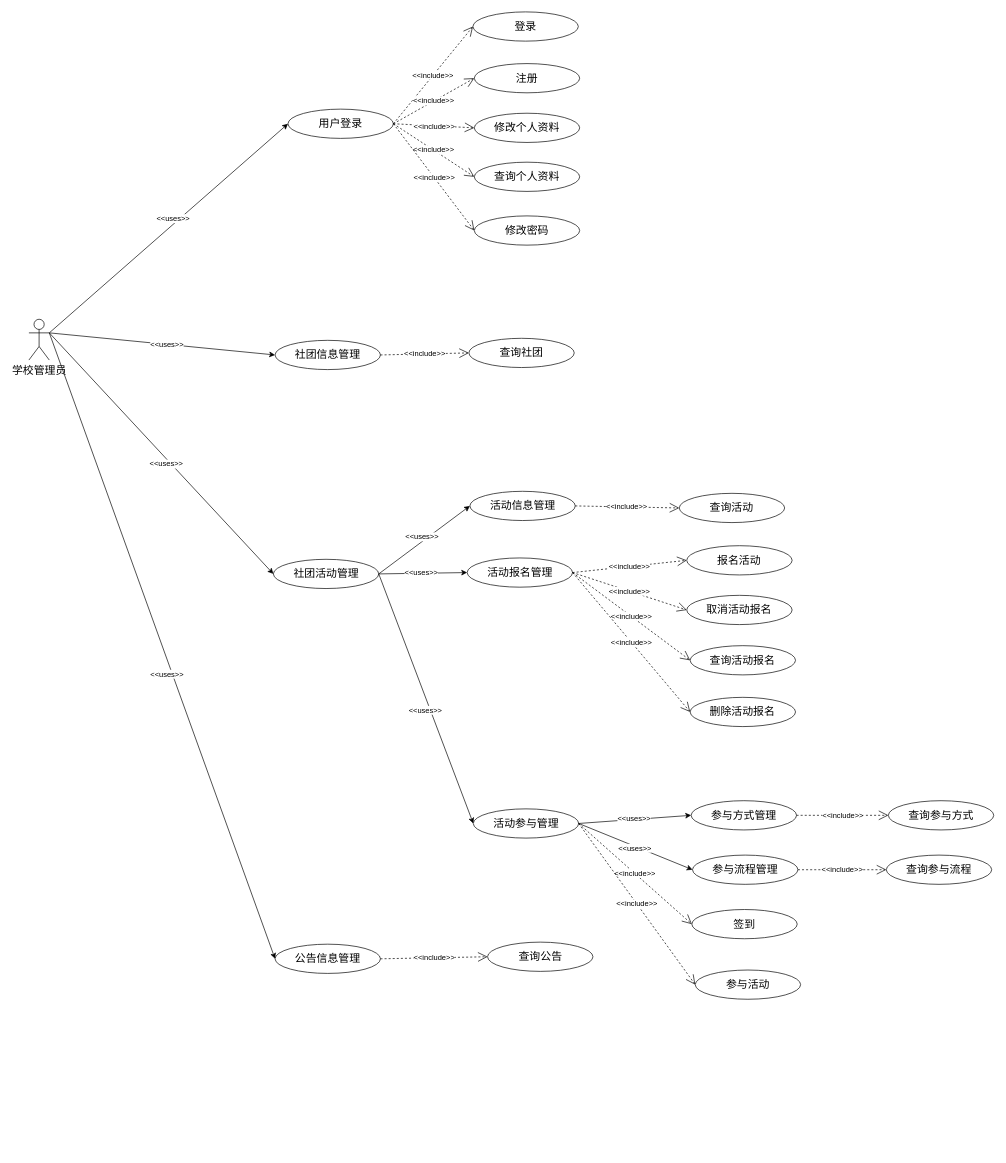
The draw.io diagram 保存.drawio in Gonod20s/Voice-Controlled-Robot, before the edit. Source tidied: cells renumbered, new cells numbered last; positions are measured from the earlier drawing's top-left corner, leaving out a move shared by most shapes. Both pictures are drawn from the tidied source at 68%, with x=0, y=0 at pixel (29, 12).
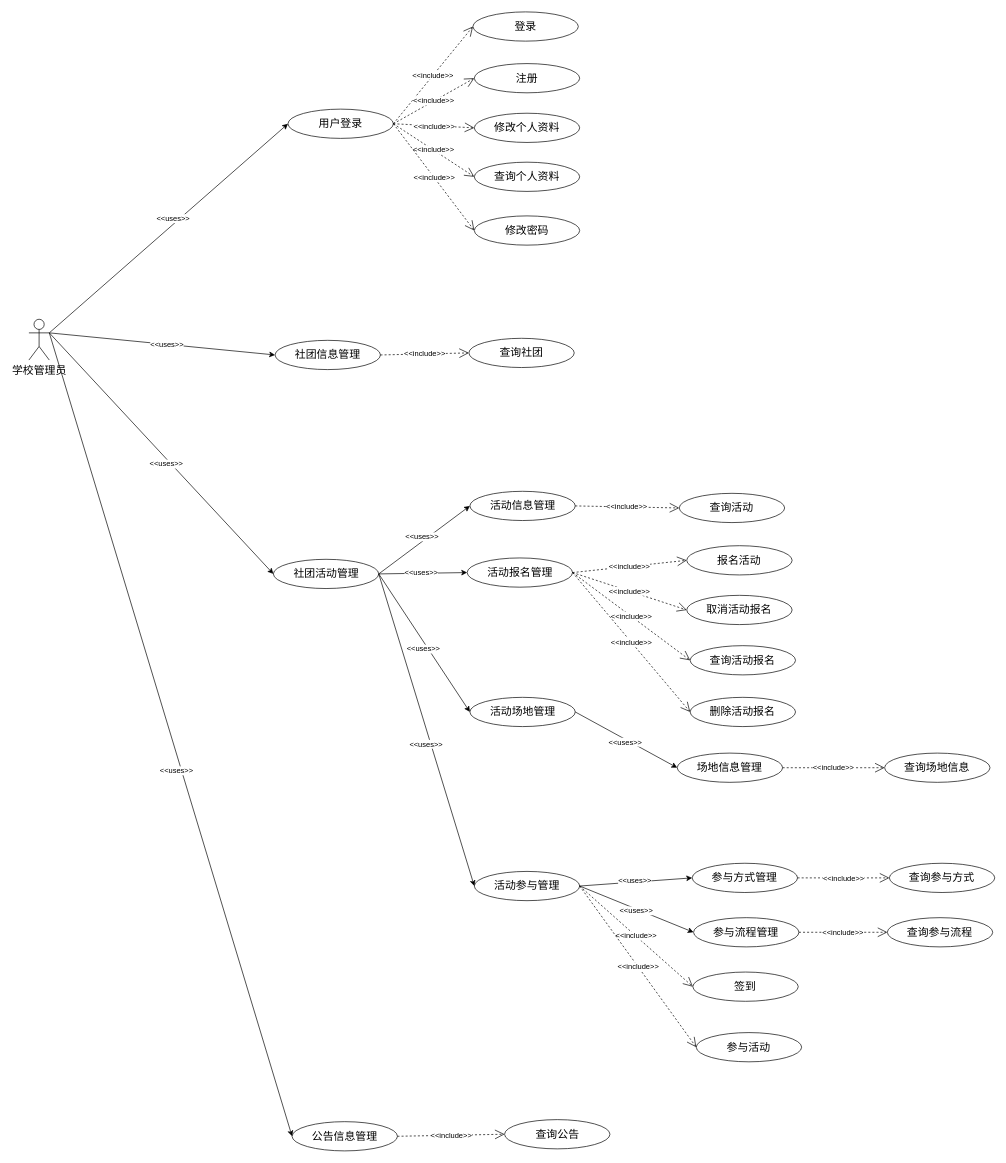
The same diagram, later.

The change refers to these unchanged cells:
```xml
<mxCell id="5" value="&lt;font style=&quot;font-size: 16px;&quot;&gt;社团活动管理&lt;/font&gt;" style="ellipse;whiteSpace=wrap;html=1;fontFamily=Architects Daughter;" parent="1" vertex="1">
  <mxGeometry x="359.5" y="805" width="155" height="43" as="geometry" />
</mxCell>
```

Change to the diagram source:
```diff
@@
     <mxCell id="6" value="&lt;font style=&quot;font-size: 16px;&quot;&gt;公告信息管理&lt;/font&gt;" style="ellipse;whiteSpace=wrap;html=1;fontFamily=Architects Daughter;" parent="1" vertex="1">
-      <mxGeometry x="362" y="1371" width="155" height="43" as="geometry" />
+      <mxGeometry x="387" y="1632" width="155" height="43" as="geometry" />
     </mxCell>
@@
     <mxCell id="26" value="&lt;font style=&quot;font-size: 16px;&quot;&gt;活动参与管理&lt;/font&gt;" style="ellipse;whiteSpace=wrap;html=1;fontFamily=Architects Daughter;" parent="1" vertex="1">
-      <mxGeometry x="653.5" y="1172" width="155" height="43" as="geometry" />
+      <mxGeometry x="655" y="1264" width="155" height="43" as="geometry" />
     </mxCell>
@@
     <mxCell id="35" value="&lt;font style=&quot;font-size: 16px;&quot;&gt;查询公告&lt;/font&gt;" style="ellipse;whiteSpace=wrap;html=1;fontFamily=Architects Daughter;" parent="1" vertex="1">
-      <mxGeometry x="674.5" y="1368" width="155" height="43" as="geometry" />
+      <mxGeometry x="699.5" y="1629" width="155" height="43" as="geometry" />
     </mxCell>
@@
     <mxCell id="38" value="&lt;font style=&quot;font-size: 16px;&quot;&gt;参与方式管理&lt;/font&gt;" style="ellipse;whiteSpace=wrap;html=1;fontFamily=Architects Daughter;" parent="1" vertex="1">
-      <mxGeometry x="973.9" y="1160" width="155" height="43" as="geometry" />
+      <mxGeometry x="975.4" y="1252" width="155" height="43" as="geometry" />
     </mxCell>
     <mxCell id="39" value="&lt;font style=&quot;font-size: 16px;&quot;&gt;参与流程管理&lt;/font&gt;" style="ellipse;whiteSpace=wrap;html=1;fontFamily=Architects Daughter;" parent="1" vertex="1">
-      <mxGeometry x="975.9" y="1240" width="155" height="43" as="geometry" />
+      <mxGeometry x="977.4" y="1332" width="155" height="43" as="geometry" />
     </mxCell>
     <mxCell id="40" value="&lt;span style=&quot;font-size: 16px;&quot;&gt;签到&lt;/span&gt;" style="ellipse;whiteSpace=wrap;html=1;fontFamily=Architects Daughter;" parent="1" vertex="1">
-      <mxGeometry x="974.9" y="1320" width="155" height="43" as="geometry" />
+      <mxGeometry x="976.4" y="1412" width="155" height="43" as="geometry" />
     </mxCell>
     <mxCell id="41" value="&lt;span style=&quot;font-size: 16px;&quot;&gt;参与活动&lt;/span&gt;" style="ellipse;whiteSpace=wrap;html=1;fontFamily=Architects Daughter;" parent="1" vertex="1">
-      <mxGeometry x="979.9" y="1409" width="155" height="43" as="geometry" />
+      <mxGeometry x="981.4" y="1501" width="155" height="43" as="geometry" />
     </mxCell>
@@
     <mxCell id="56" value="&lt;span style=&quot;font-size: 16px;&quot;&gt;查询参与方式&lt;/span&gt;" style="ellipse;whiteSpace=wrap;html=1;fontFamily=Architects Daughter;" parent="1" vertex="1">
-      <mxGeometry x="1263.9" y="1160" width="155" height="43" as="geometry" />
+      <mxGeometry x="1265.4" y="1252" width="155" height="43" as="geometry" />
     </mxCell>
     <mxCell id="57" value="&lt;span style=&quot;font-size: 16px;&quot;&gt;查询参与流程&lt;/span&gt;" style="ellipse;whiteSpace=wrap;html=1;fontFamily=Architects Daughter;" parent="1" vertex="1">
-      <mxGeometry x="1260.9" y="1240" width="155" height="43" as="geometry" />
+      <mxGeometry x="1262.4" y="1332" width="155" height="43" as="geometry" />
     </mxCell>
@@
+    <mxCell id="62" value="&lt;font style=&quot;font-size: 16px;&quot;&gt;活动场地管理&lt;/font&gt;" style="ellipse;whiteSpace=wrap;html=1;fontFamily=Architects Daughter;" parent="1" vertex="1">
+      <mxGeometry x="648.5" y="1008" width="155" height="43" as="geometry" />
+    </mxCell>
+    <mxCell id="63" value="&lt;font style=&quot;font-size: 16px;&quot;&gt;场地信息管理&lt;/font&gt;" style="ellipse;whiteSpace=wrap;html=1;fontFamily=Architects Daughter;" parent="1" vertex="1">
+      <mxGeometry x="953.4" y="1090" width="155" height="43" as="geometry" />
+    </mxCell>
+    <mxCell id="64" style="endArrow=classic;html=1;rounded=0;entryX=0;entryY=0.5;entryDx=0;entryDy=0;exitX=1;exitY=0.5;exitDx=0;exitDy=0;" parent="1" edge="1" source="62" target="63">
+      <mxGeometry relative="1" as="geometry" />
+    </mxCell>
+    <mxCell id="65" value="&amp;lt;&amp;lt;uses&amp;gt;&amp;gt;" style="edgeLabel;html=1;align=center;verticalAlign=middle;" parent="64" vertex="1">
+      <mxGeometry x="0.09" y="1" relative="1" as="geometry">
+        <mxPoint x="-9" as="offset" />
+      </mxGeometry>
+    </mxCell>
+    <mxCell id="66" value="&lt;span style=&quot;font-size: 16px;&quot;&gt;查询场地信息&lt;/span&gt;" style="ellipse;whiteSpace=wrap;html=1;fontFamily=Architects Daughter;" parent="1" vertex="1">
+      <mxGeometry x="1258.4" y="1090" width="155" height="43" as="geometry" />
+    </mxCell>
+    <mxCell id="67" value="&amp;lt;&amp;lt;include&amp;gt;&amp;gt;" style="endArrow=open;endSize=12;dashed=1;html=1;rounded=0;entryX=0;entryY=0.5;entryDx=0;entryDy=0;exitX=1;exitY=0.5;exitDx=0;exitDy=0;" parent="1" edge="1" source="63" target="66">
+      <mxGeometry relative="1" as="geometry" />
+    </mxCell>
+    <mxCell id="68" style="endArrow=classic;html=1;rounded=0;entryX=0;entryY=0.5;entryDx=0;entryDy=0;exitX=1;exitY=0.5;exitDx=0;exitDy=0;" parent="1" edge="1" source="5" target="62">
+      <mxGeometry relative="1" as="geometry" />
+    </mxCell>
+    <mxCell id="69" value="&amp;lt;&amp;lt;uses&amp;gt;&amp;gt;" style="edgeLabel;html=1;align=center;verticalAlign=middle;" parent="68" vertex="1">
+      <mxGeometry x="0.09" y="1" relative="1" as="geometry">
+        <mxPoint x="-9" as="offset" />
+      </mxGeometry>
+    </mxCell>
```
